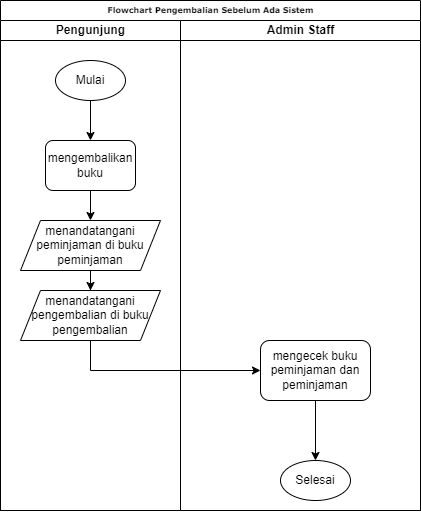
rikkamoe/ta-storage keeps this draw.io diagram as img/Diagram Pusaka-Page-5.drawio.png. Above is the earlier version. Source tidied: cells renumbered, new cells last; positions are measured from the earlier drawing's top-left corner, leaving out a move shared by most shapes.
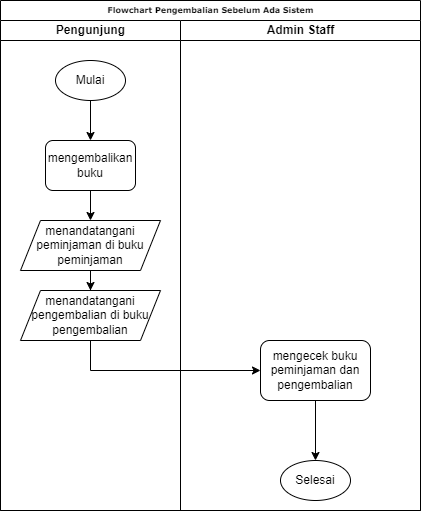
After the commit.

What changed in the source:
```diff
@@ -38,7 +38,7 @@
     <mxCell id="13" style="edgeStyle=orthogonalEdgeStyle;rounded=0;jettySize=auto;html=1;entryX=0.5;entryY=0;entryDx=0;entryDy=0;" parent="12" edge="1" source="14" target="15">
       <mxGeometry relative="1" as="geometry" />
     </mxCell>
-    <mxCell id="14" value="mengecek buku peminjaman dan peminjaman" style="rounded=1;whiteSpace=wrap;html=1;" parent="12" vertex="1">
+    <mxCell id="14" value="mengecek buku peminjaman dan pengembalian" style="rounded=1;whiteSpace=wrap;html=1;" parent="12" vertex="1">
       <mxGeometry x="80" y="320" width="110" height="60" as="geometry" />
     </mxCell>
     <mxCell id="15" value="Selesai" style="ellipse;whiteSpace=wrap;html=1;" parent="12" vertex="1">
```
